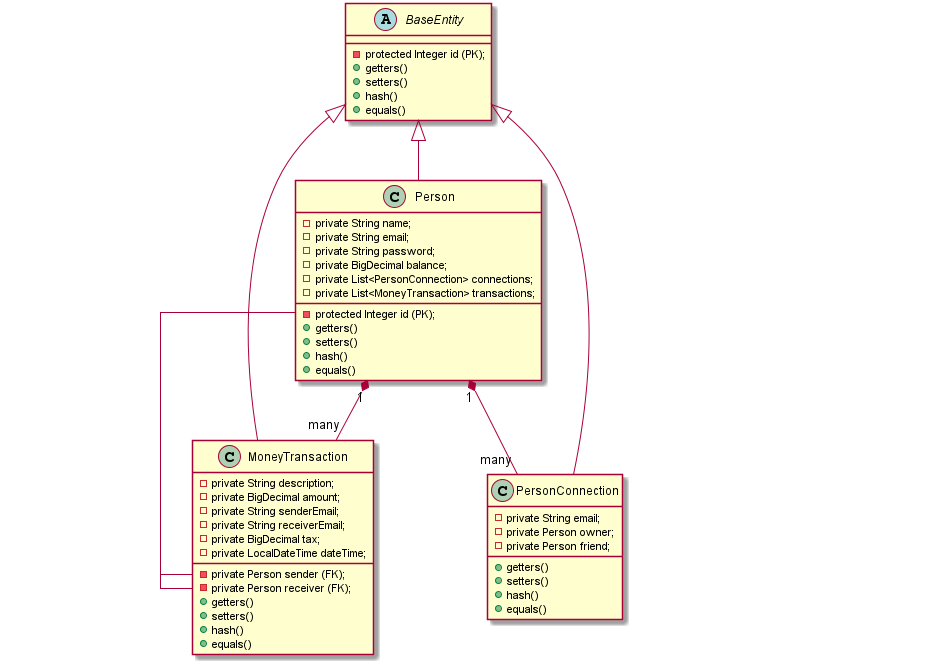
The PlantUML diagram class_diagram.png in senichek/paymybuddy, before a commit.
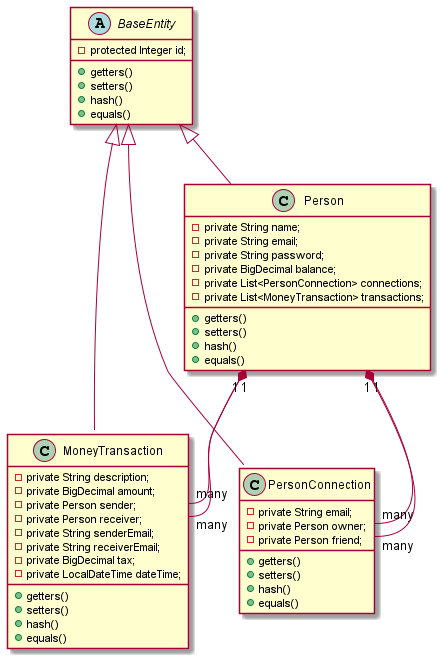
After the change.

Commit message:
Changed UML of classes

The edit, as a diff of the source:
```diff
@@ -1,6 +1,6 @@
 @startuml name PayMyBuddy
 abstract class BaseEntity {
-    -protected Integer id (PK);
+    -protected Integer id;
     +getters()
     +setters()
     +hash()
@@ -8,7 +8,6 @@
 }
 
 class Person {
-    -private Integer ID (PK);
     -private String name;
     -private String email;
     -private String password;
@@ -24,8 +23,8 @@
 class MoneyTransaction {
     -private String description;
     -private BigDecimal amount;
-    -private Person sender (FK);
-    -private Person receiver (FK);
+    -private Person sender;
+    -private Person receiver;
     -private String senderEmail;
     -private String receiverEmail;
     -private BigDecimal tax;
@@ -50,6 +49,9 @@
 BaseEntity <|-- MoneyTransaction
 BaseEntity <|-- PersonConnection
 
-Person "1" *-- "many" MoneyTransaction
-Person "1" *-- "many" PersonConnection
+Person "1" *-- "many" MoneyTransaction::sender
+Person "1" *-- "many" MoneyTransaction::receiver
+
+Person "1" *-- "many" PersonConnection::owner
+Person "1" *-- "many" PersonConnection::friend
 @enduml
```
